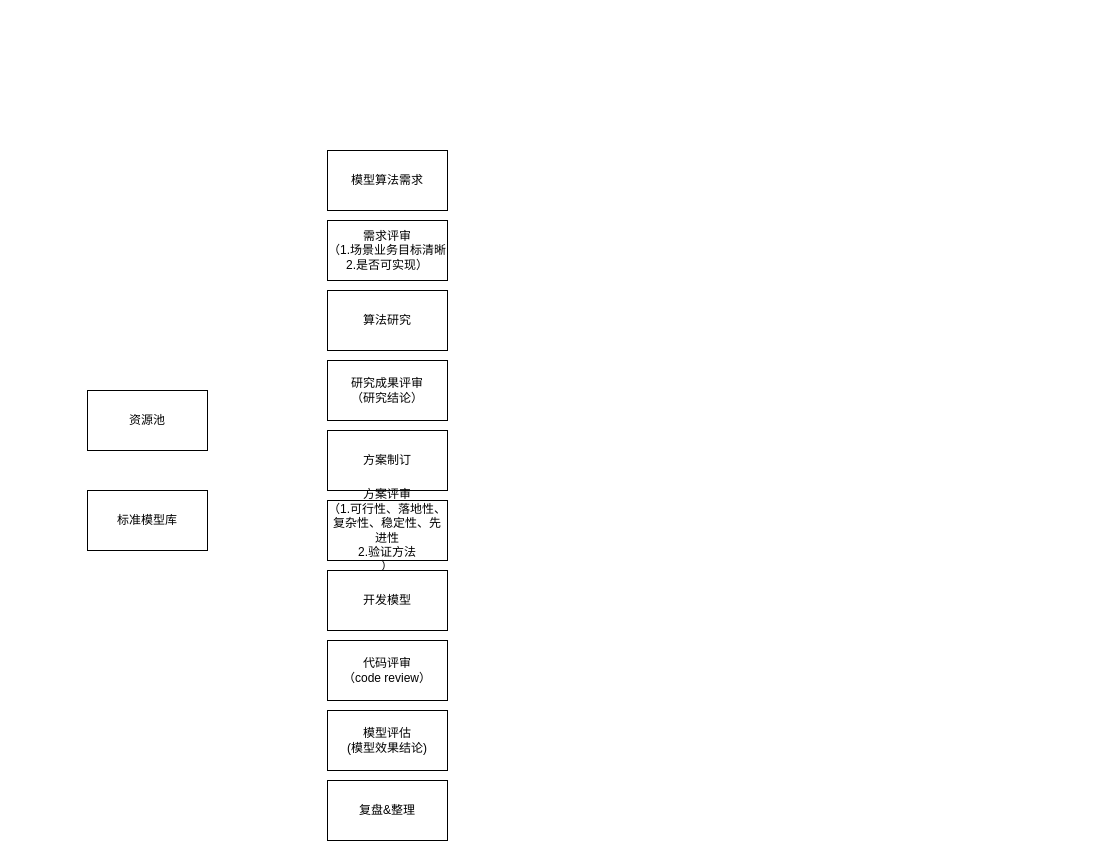
This is dm-standard.drawio from Max-yuki/share, a draw.io file, before an edit. Source tidied: cells renumbered, new cells numbered last; positions are measured from the earlier drawing's top-left corner, leaving out a move shared by most shapes. Both pictures are drawn from the tidied source at 100%, with x=0, y=0 at pixel (87, 150).
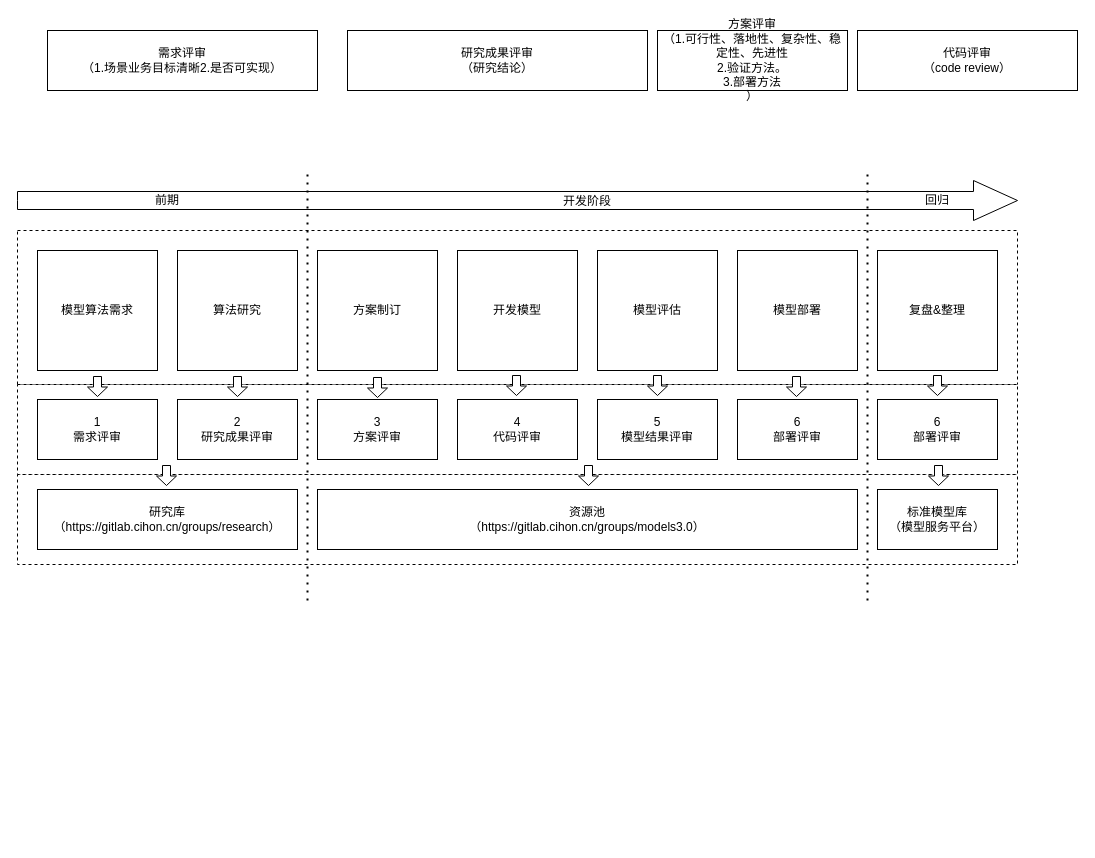
After the change.

The edit, as a diff of the source:
```diff
@@
+    <mxCell id="14" style="rounded=0;whiteSpace=wrap;html=1;dashed=1;" parent="1" vertex="1">
+      <mxGeometry x="-70" y="80" width="1000" height="154" as="geometry" />
+    </mxCell>
+    <mxCell id="15" style="rounded=0;whiteSpace=wrap;html=1;dashed=1;" parent="1" vertex="1">
+      <mxGeometry x="-70" y="324" width="1000" height="90" as="geometry" />
+    </mxCell>
+    <mxCell id="16" style="rounded=0;whiteSpace=wrap;html=1;dashed=1;" parent="1" vertex="1">
+      <mxGeometry x="-70" y="234" width="1000" height="90" as="geometry" />
+    </mxCell>
+    <mxCell id="17" style="html=1;shadow=0;dashed=0;align=center;verticalAlign=middle;shape=mxgraph.arrows2.arrow;dy=0.55;dx=44;notch=0;" parent="1" vertex="1">
+      <mxGeometry x="-70" y="30" width="1000" height="40" as="geometry" />
+    </mxCell>
+    <mxCell id="18" value="1&lt;br&gt;需求评审" style="rounded=0;whiteSpace=wrap;html=1;" parent="1" vertex="1">
+      <mxGeometry x="-50" y="249" width="120" height="60" as="geometry" />
+    </mxCell>
     <mxCell id="2" value="算法研究" style="rounded=0;whiteSpace=wrap;html=1;" parent="1" vertex="1">
-      <mxGeometry x="240" y="140" width="120" height="60" as="geometry" />
+      <mxGeometry x="90" y="100" width="120" height="120" as="geometry" />
     </mxCell>
     <mxCell id="3" value="方案制订" style="rounded=0;whiteSpace=wrap;html=1;" parent="1" vertex="1">
-      <mxGeometry x="240" y="280" width="120" height="60" as="geometry" />
+      <mxGeometry x="230" y="100" width="120" height="120" as="geometry" />
     </mxCell>
     <mxCell id="4" value="需求评审&lt;br&gt;（1.场景业务目标清晰2.是否可实现）" style="rounded=0;whiteSpace=wrap;html=1;" parent="1" vertex="1">
-      <mxGeometry x="240" y="70" width="120" height="60" as="geometry" />
+      <mxGeometry x="-40" y="-120" width="270" height="60" as="geometry" />
     </mxCell>
-    <mxCell id="5" value="复盘&amp;amp;整理" style="rounded=0;whiteSpace=wrap;html=1;" parent="1" vertex="1">
-      <mxGeometry x="240" y="630" width="120" height="60" as="geometry" />
-    </mxCell>
-    <mxCell id="6" value="资源池" style="rounded=0;whiteSpace=wrap;html=1;" parent="1" vertex="1">
-      <mxGeometry y="240" width="120" height="60" as="geometry" />
+    <mxCell id="6" value="资源池&lt;br&gt;（https://gitlab.cihon.cn/groups/models3.0）" style="rounded=0;whiteSpace=wrap;html=1;" parent="1" vertex="1">
+      <mxGeometry x="230" y="339" width="540" height="60" as="geometry" />
     </mxCell>
-    <mxCell id="7" value="标准模型库" style="rounded=0;whiteSpace=wrap;html=1;" parent="1" vertex="1">
-      <mxGeometry y="340" width="120" height="60" as="geometry" />
+    <mxCell id="7" value="标准模型库&lt;br&gt;（模型服务平台）" style="rounded=0;whiteSpace=wrap;html=1;" parent="1" vertex="1">
+      <mxGeometry x="790" y="339" width="120" height="60" as="geometry" />
     </mxCell>
     <mxCell id="8" value="模型算法需求" style="rounded=0;whiteSpace=wrap;html=1;" parent="1" vertex="1">
-      <mxGeometry x="240" width="120" height="60" as="geometry" />
+      <mxGeometry x="-50" y="100" width="120" height="120" as="geometry" />
     </mxCell>
     <mxCell id="9" value="研究成果评审&lt;br&gt;（研究结论）" style="rounded=0;whiteSpace=wrap;html=1;" parent="1" vertex="1">
-      <mxGeometry x="240" y="210" width="120" height="60" as="geometry" />
+      <mxGeometry x="260" y="-120" width="300" height="60" as="geometry" />
     </mxCell>
-    <mxCell id="10" value="方案评审&lt;br&gt;（1.可行性、落地性、复杂性、稳定性、先进性&lt;br&gt;2.验证方法&lt;br&gt;）" style="rounded=0;whiteSpace=wrap;html=1;" parent="1" vertex="1">
-      <mxGeometry x="240" y="350" width="120" height="60" as="geometry" />
+    <mxCell id="10" value="方案评审&lt;br&gt;（1.可行性、落地性、复杂性、稳定性、先进性&lt;br&gt;2.验证方法。&lt;br&gt;3.部署方法&lt;br&gt;）" style="rounded=0;whiteSpace=wrap;html=1;" parent="1" vertex="1">
+      <mxGeometry x="570" y="-120" width="190" height="60" as="geometry" />
     </mxCell>
     <mxCell id="11" value="开发模型" style="rounded=0;whiteSpace=wrap;html=1;" parent="1" vertex="1">
-      <mxGeometry x="240" y="420" width="120" height="60" as="geometry" />
+      <mxGeometry x="370" y="100" width="120" height="120" as="geometry" />
     </mxCell>
     <mxCell id="12" value="代码评审&lt;br&gt;（code review）" style="rounded=0;whiteSpace=wrap;html=1;" parent="1" vertex="1">
-      <mxGeometry x="240" y="490" width="120" height="60" as="geometry" />
+      <mxGeometry x="770" y="-120" width="220" height="60" as="geometry" />
     </mxCell>
-    <mxCell id="13" value="模型评估&lt;br&gt;(模型效果结论)" style="rounded=0;whiteSpace=wrap;html=1;" parent="1" vertex="1">
-      <mxGeometry x="240" y="560" width="120" height="60" as="geometry" />
+    <mxCell id="13" value="模型评估" style="rounded=0;whiteSpace=wrap;html=1;" parent="1" vertex="1">
+      <mxGeometry x="510" y="100" width="120" height="120" as="geometry" />
     </mxCell>
+    <mxCell id="5" value="复盘&amp;amp;整理" style="rounded=0;whiteSpace=wrap;html=1;" parent="1" vertex="1">
+      <mxGeometry x="790" y="100" width="120" height="120" as="geometry" />
+    </mxCell>
+    <mxCell id="19" value="研究库&lt;br style=&quot;border-color: var(--border-color);&quot;&gt;（https://gitlab.cihon.cn/groups/research）" style="rounded=0;whiteSpace=wrap;html=1;" parent="1" vertex="1">
+      <mxGeometry x="-50" y="339" width="260" height="60" as="geometry" />
+    </mxCell>
+    <mxCell id="20" value="模型部署" style="rounded=0;whiteSpace=wrap;html=1;" parent="1" vertex="1">
+      <mxGeometry x="650" y="100" width="120" height="120" as="geometry" />
+    </mxCell>
+    <mxCell id="21" style="endArrow=none;dashed=1;html=1;dashPattern=1 3;strokeWidth=2;rounded=0;" parent="1" edge="1">
+      <mxGeometry relative="1" as="geometry">
+        <mxPoint x="220" y="450" as="sourcePoint" />
+        <mxPoint x="220" y="20" as="targetPoint" />
+      </mxGeometry>
+    </mxCell>
+    <mxCell id="22" style="endArrow=none;dashed=1;html=1;dashPattern=1 3;strokeWidth=2;rounded=0;" parent="1" edge="1">
+      <mxGeometry relative="1" as="geometry">
+        <mxPoint x="780" y="450" as="sourcePoint" />
+        <mxPoint x="780" y="20" as="targetPoint" />
+      </mxGeometry>
+    </mxCell>
+    <mxCell id="23" value="2&lt;br&gt;研究成果评审" style="rounded=0;whiteSpace=wrap;html=1;" parent="1" vertex="1">
+      <mxGeometry x="90" y="249" width="120" height="60" as="geometry" />
+    </mxCell>
+    <mxCell id="24" value="3&lt;br&gt;方案评审" style="rounded=0;whiteSpace=wrap;html=1;" parent="1" vertex="1">
+      <mxGeometry x="230" y="249" width="120" height="60" as="geometry" />
+    </mxCell>
+    <mxCell id="25" value="4&lt;br&gt;代码评审" style="rounded=0;whiteSpace=wrap;html=1;" parent="1" vertex="1">
+      <mxGeometry x="370" y="249" width="120" height="60" as="geometry" />
+    </mxCell>
+    <mxCell id="26" value="5&lt;br&gt;模型结果评审" style="rounded=0;whiteSpace=wrap;html=1;" parent="1" vertex="1">
+      <mxGeometry x="510" y="249" width="120" height="60" as="geometry" />
+    </mxCell>
+    <mxCell id="27" value="6&lt;br&gt;部署评审" style="rounded=0;whiteSpace=wrap;html=1;" parent="1" vertex="1">
+      <mxGeometry x="650" y="249" width="120" height="60" as="geometry" />
+    </mxCell>
+    <mxCell id="28" value="6&lt;br&gt;部署评审" style="rounded=0;whiteSpace=wrap;html=1;" parent="1" vertex="1">
+      <mxGeometry x="790" y="249" width="120" height="60" as="geometry" />
+    </mxCell>
+    <mxCell id="29" style="shape=singleArrow;direction=south;whiteSpace=wrap;html=1;arrowWidth=0.4;arrowSize=0.475;" parent="1" vertex="1">
+      <mxGeometry y="226" width="20" height="20" as="geometry" />
+    </mxCell>
+    <mxCell id="30" style="shape=singleArrow;direction=south;whiteSpace=wrap;html=1;arrowWidth=0.4;arrowSize=0.475;" parent="1" vertex="1">
+      <mxGeometry x="140" y="226" width="20" height="20" as="geometry" />
+    </mxCell>
+    <mxCell id="31" style="shape=singleArrow;direction=south;whiteSpace=wrap;html=1;arrowWidth=0.4;arrowSize=0.475;" parent="1" vertex="1">
+      <mxGeometry x="280" y="227" width="20" height="20" as="geometry" />
+    </mxCell>
+    <mxCell id="32" style="shape=singleArrow;direction=south;whiteSpace=wrap;html=1;arrowWidth=0.4;arrowSize=0.475;" parent="1" vertex="1">
+      <mxGeometry x="419" y="225" width="20" height="20" as="geometry" />
+    </mxCell>
+    <mxCell id="33" style="shape=singleArrow;direction=south;whiteSpace=wrap;html=1;arrowWidth=0.4;arrowSize=0.475;" parent="1" vertex="1">
+      <mxGeometry x="560" y="225" width="20" height="20" as="geometry" />
+    </mxCell>
+    <mxCell id="34" style="shape=singleArrow;direction=south;whiteSpace=wrap;html=1;arrowWidth=0.4;arrowSize=0.475;" parent="1" vertex="1">
+      <mxGeometry x="699" y="226" width="20" height="20" as="geometry" />
+    </mxCell>
+    <mxCell id="35" style="shape=singleArrow;direction=south;whiteSpace=wrap;html=1;arrowWidth=0.4;arrowSize=0.475;" parent="1" vertex="1">
+      <mxGeometry x="840" y="225" width="20" height="20" as="geometry" />
+    </mxCell>
+    <mxCell id="36" style="shape=singleArrow;direction=south;whiteSpace=wrap;html=1;arrowWidth=0.4;arrowSize=0.475;" parent="1" vertex="1">
+      <mxGeometry x="69" y="315" width="20" height="20" as="geometry" />
+    </mxCell>
+    <mxCell id="37" style="shape=singleArrow;direction=south;whiteSpace=wrap;html=1;arrowWidth=0.4;arrowSize=0.475;" parent="1" vertex="1">
+      <mxGeometry x="491" y="315" width="20" height="20" as="geometry" />
+    </mxCell>
+    <mxCell id="38" style="shape=singleArrow;direction=south;whiteSpace=wrap;html=1;arrowWidth=0.4;arrowSize=0.475;" parent="1" vertex="1">
+      <mxGeometry x="841" y="315" width="20" height="20" as="geometry" />
+    </mxCell>
+    <mxCell id="39" value="前期" style="text;html=1;strokeColor=none;fillColor=none;align=center;verticalAlign=middle;whiteSpace=wrap;rounded=0;" parent="1" vertex="1">
+      <mxGeometry x="50" y="35" width="60" height="30" as="geometry" />
+    </mxCell>
+    <mxCell id="40" value="开发阶段" style="text;html=1;strokeColor=none;fillColor=none;align=center;verticalAlign=middle;whiteSpace=wrap;rounded=0;" parent="1" vertex="1">
+      <mxGeometry x="470" y="36" width="60" height="30" as="geometry" />
+    </mxCell>
+    <mxCell id="41" value="回归" style="text;html=1;strokeColor=none;fillColor=none;align=center;verticalAlign=middle;whiteSpace=wrap;rounded=0;" parent="1" vertex="1">
+      <mxGeometry x="820" y="35" width="60" height="30" as="geometry" />
+    </mxCell>
```
